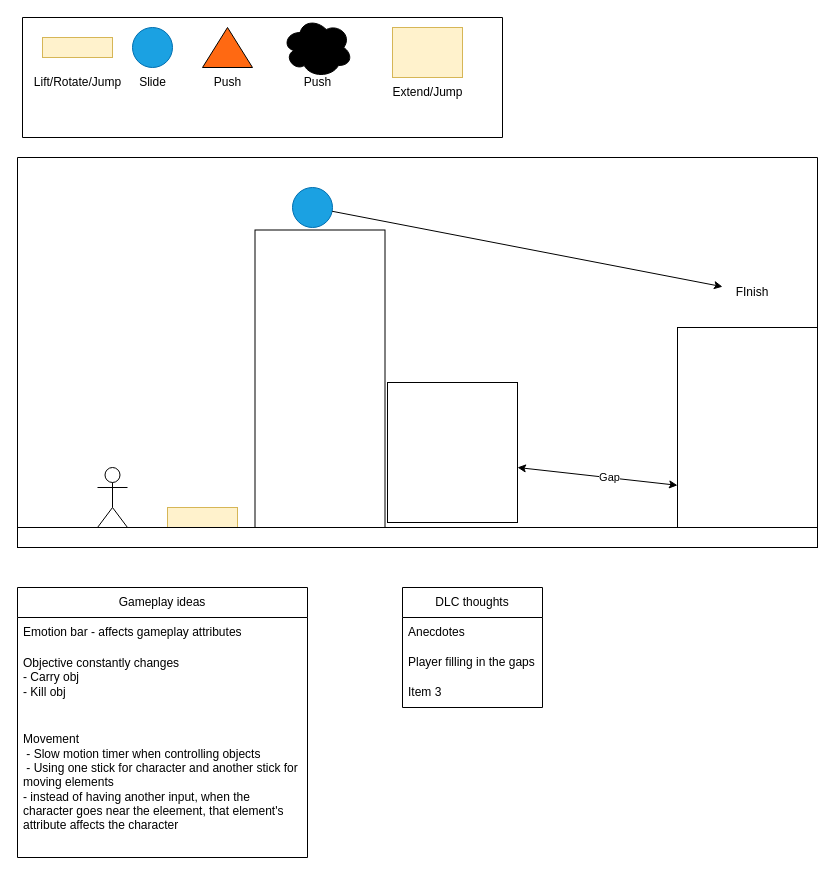
This is page "Page-1" (1 of 2) of Plans.drawio from HasinJ/Elements-Platformer, a draw.io file, before an edit. Source tidied: cells renumbered, new cells numbered last; positions are measured from the earlier drawing's top-left corner, leaving out a move shared by most shapes. Both pictures are drawn from the tidied source at 100%, with x=0, y=0 at pixel (17, 17).
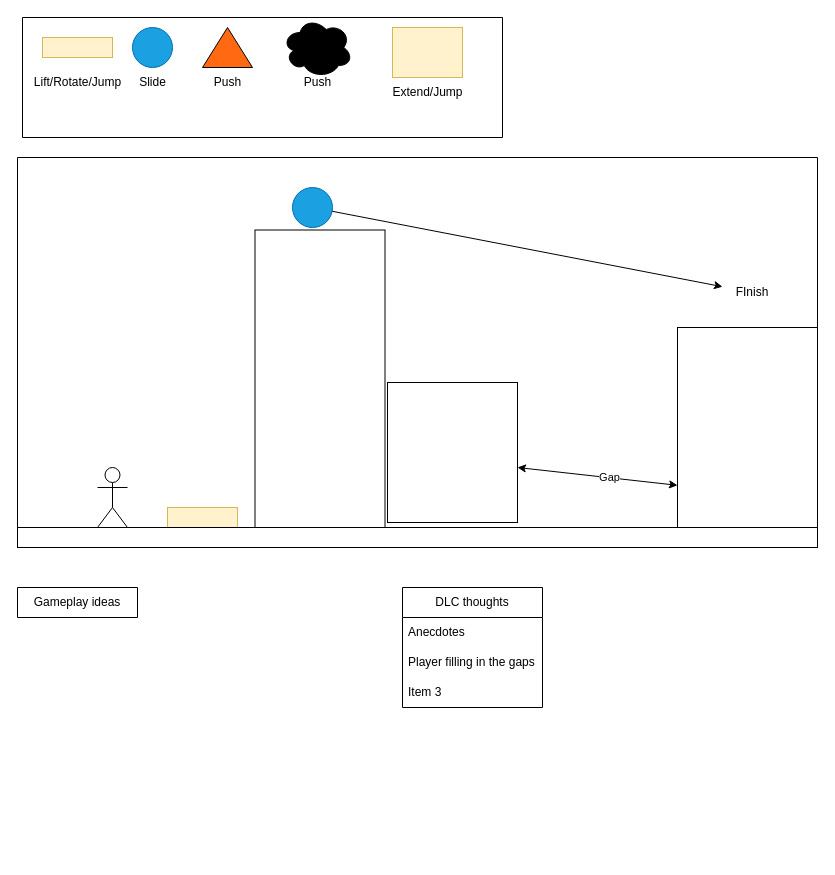
Above is the later version.

Commit message:
more ideas on movement and starting attack

The edit, as a diff of the source:
```diff
@@
-    <mxCell id="6" value="Gameplay ideas" style="swimlane;fontStyle=0;horizontal=1;startSize=30;whiteSpace=wrap;html=1;" parent="1" vertex="1">
-      <mxGeometry y="570" width="290" height="270" as="geometry" />
+    <mxCell id="6" value="Gameplay ideas" style="swimlane;fontStyle=0;horizontal=1;startSize=30;whiteSpace=wrap;html=1;" parent="1" vertex="1" collapsed="1">
+      <mxGeometry y="570" width="120" height="30" as="geometry" />
     </mxCell>
-    <mxCell id="7" value="Emotion bar - affects gameplay attributes" style="text;strokeColor=none;fillColor=none;align=left;verticalAlign=middle;spacingLeft=4;spacingRight=4;overflow=hidden;whiteSpace=wrap;html=1;" parent="6" vertex="1">
-      <mxGeometry y="30" width="290" height="30" as="geometry" />
-    </mxCell>
-    <mxCell id="8" value="Objective constantly changes&lt;br&gt;&lt;div&gt;- Carry obj&lt;/div&gt;&lt;div&gt;- Kill obj&lt;br&gt;&lt;/div&gt;" style="text;strokeColor=none;fillColor=none;align=left;verticalAlign=middle;spacingLeft=4;spacingRight=4;overflow=hidden;whiteSpace=wrap;html=1;" parent="6" vertex="1">
-      <mxGeometry y="60" width="290" height="60" as="geometry" />
-    </mxCell>
-    <mxCell id="9" value="&lt;div&gt;Movement&lt;/div&gt;&lt;div&gt;&amp;nbsp;- Slow motion timer when controlling objects&lt;/div&gt;&lt;div&gt;&amp;nbsp;- Using one stick for character and another stick for moving elements&lt;/div&gt;&lt;div&gt;- instead of having another input, when the character goes near the eleement, that element's attribute affects the character&lt;br&gt;&lt;/div&gt;" style="text;strokeColor=none;fillColor=none;align=left;verticalAlign=middle;spacingLeft=4;spacingRight=4;overflow=hidden;whiteSpace=wrap;html=1;" parent="6" vertex="1">
-      <mxGeometry y="120" width="290" height="150" as="geometry" />
-    </mxCell>
```
